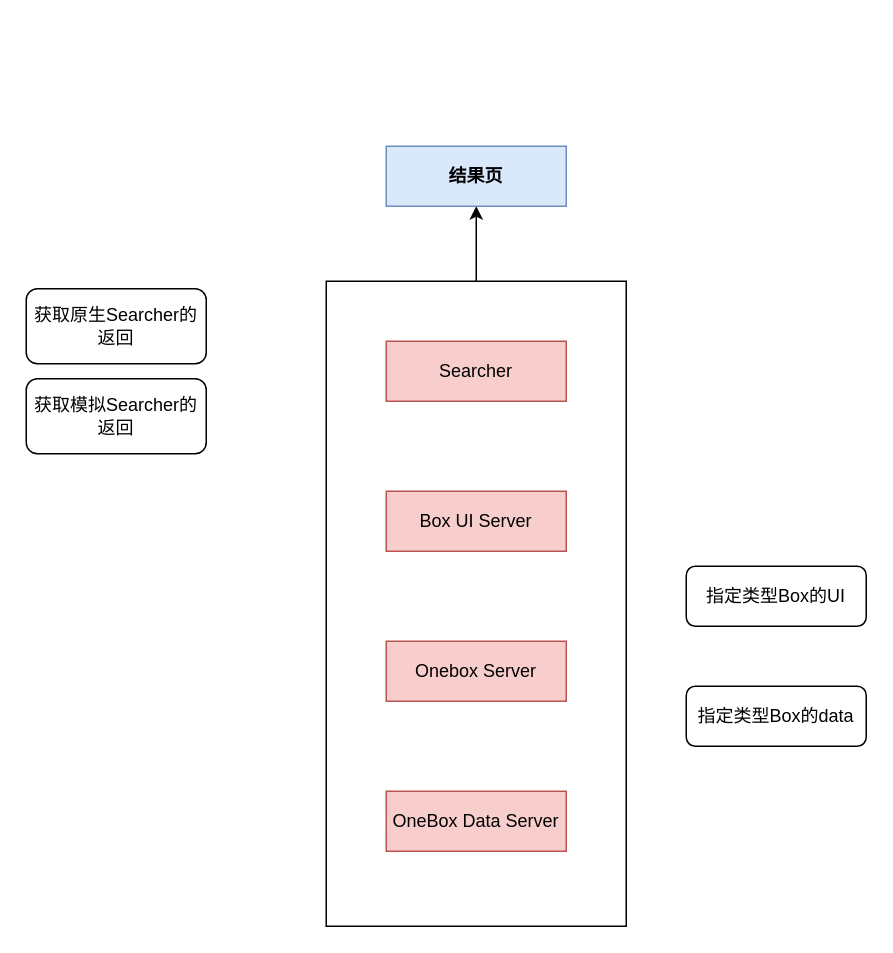
This is Untitled Diagram.drawio from hszy00232/digrams, a draw.io file, before an edit. Source tidied: cells renumbered, new cells numbered last; positions are measured from the earlier drawing's top-left corner, leaving out a move shared by most shapes. Both pictures are drawn from the tidied source at 150%, with x=0, y=0 at pixel (26, 146).
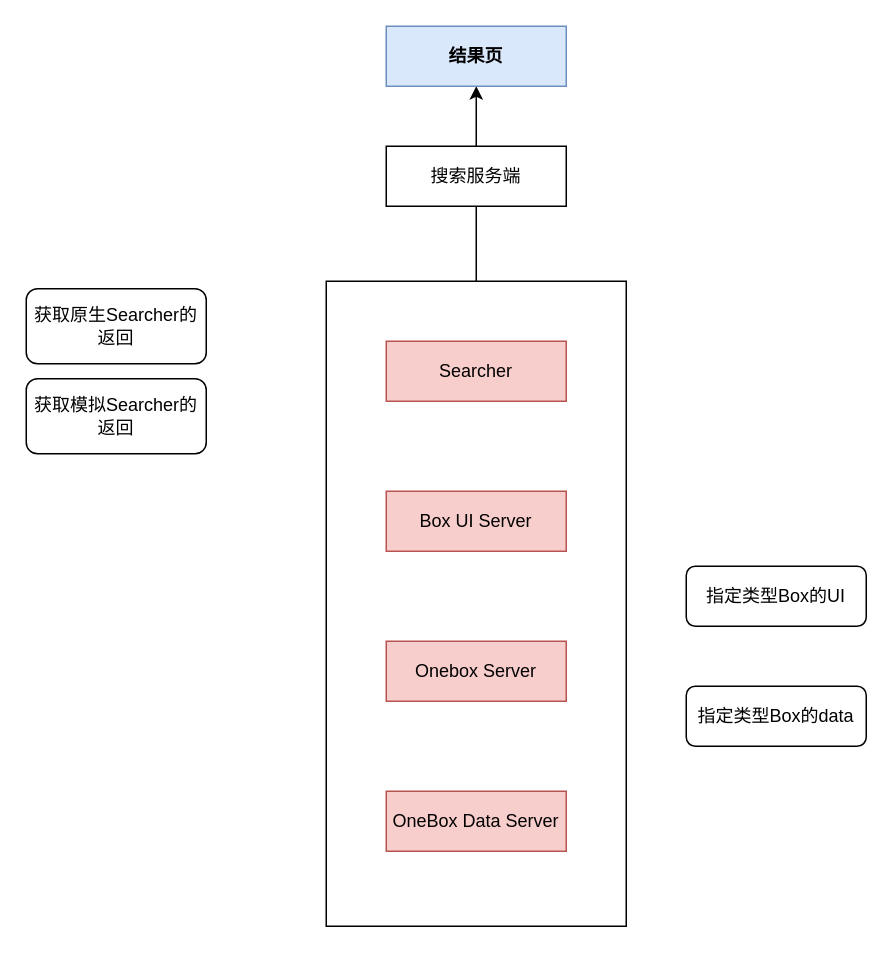
The same page after the edit.

Diff of the diagram source:
```diff
@@
 <mxGraphModel>
   <root>
     <mxCell id="0" />
     <mxCell id="1" parent="0" />
-    <mxCell id="2" style="edgeStyle=orthogonalEdgeStyle;rounded=0;jettySize=auto;html=1;" parent="1" edge="1" source="3" target="12">
+    <mxCell id="2" style="edgeStyle=orthogonalEdgeStyle;rounded=0;jettySize=auto;html=1;startArrow=none;" parent="1" edge="1" source="13" target="12">
       <mxGeometry relative="1" as="geometry" />
     </mxCell>
     <mxCell id="3" style="rounded=0;whiteSpace=wrap;html=1;align=left;" parent="1" vertex="1">
       <mxGeometry x="200" y="90" width="200" height="430" as="geometry" />
     </mxCell>
     <mxCell id="4" value="Searcher" style="rounded=0;whiteSpace=wrap;html=1;fillColor=#f8cecc;strokeColor=#b85450;" parent="1" vertex="1">
       <mxGeometry x="240" y="130" width="120" height="40" as="geometry" />
     </mxCell>
     <mxCell id="5" value="Box UI Server" style="rounded=0;whiteSpace=wrap;html=1;fillColor=#f8cecc;strokeColor=#b85450;" parent="1" vertex="1">
       <mxGeometry x="240" y="230" width="120" height="40" as="geometry" />
     </mxCell>
     <mxCell id="6" value="Onebox Server" style="rounded=0;whiteSpace=wrap;html=1;fillColor=#f8cecc;strokeColor=#b85450;" parent="1" vertex="1">
       <mxGeometry x="240" y="330" width="120" height="40" as="geometry" />
     </mxCell>
     <mxCell id="7" value="OneBox Data Server" style="rounded=0;whiteSpace=wrap;html=1;fillColor=#f8cecc;strokeColor=#b85450;" parent="1" vertex="1">
       <mxGeometry x="240" y="430" width="120" height="40" as="geometry" />
     </mxCell>
     <mxCell id="8" value="指定类型Box的UI" style="rounded=1;whiteSpace=wrap;html=1;" parent="1" vertex="1">
       <mxGeometry x="440" y="280" width="120" height="40" as="geometry" />
     </mxCell>
     <mxCell id="9" value="指定类型Box的data" style="rounded=1;whiteSpace=wrap;html=1;" parent="1" vertex="1">
       <mxGeometry x="440" y="360" width="120" height="40" as="geometry" />
     </mxCell>
     <mxCell id="10" value="获取原生Searcher的返回" style="rounded=1;whiteSpace=wrap;html=1;" parent="1" vertex="1">
       <mxGeometry y="95" width="120" height="50" as="geometry" />
     </mxCell>
     <mxCell id="11" value="获取模拟Searcher的返回" style="rounded=1;whiteSpace=wrap;html=1;" parent="1" vertex="1">
       <mxGeometry y="155" width="120" height="50" as="geometry" />
     </mxCell>
     <mxCell id="12" value="结果页" style="whiteSpace=wrap;html=1;align=center;rounded=0;fillColor=#dae8fc;strokeColor=#6c8ebf;fontStyle=1;" parent="1" vertex="1">
-      <mxGeometry x="240" width="120" height="40" as="geometry" />
+      <mxGeometry x="240" y="-80" width="120" height="40" as="geometry" />
     </mxCell>
+    <mxCell id="13" value="搜索服务端" style="rounded=0;whiteSpace=wrap;html=1;" parent="1" vertex="1">
+      <mxGeometry x="240" width="120" height="40" as="geometry" />
+    </mxCell>
+    <mxCell id="14" style="edgeStyle=orthogonalEdgeStyle;rounded=0;jettySize=auto;html=1;endArrow=none;" parent="1" edge="1" source="3" target="13">
+      <mxGeometry relative="1" as="geometry" />
+    </mxCell>
   </root>
 </mxGraphModel>
```
